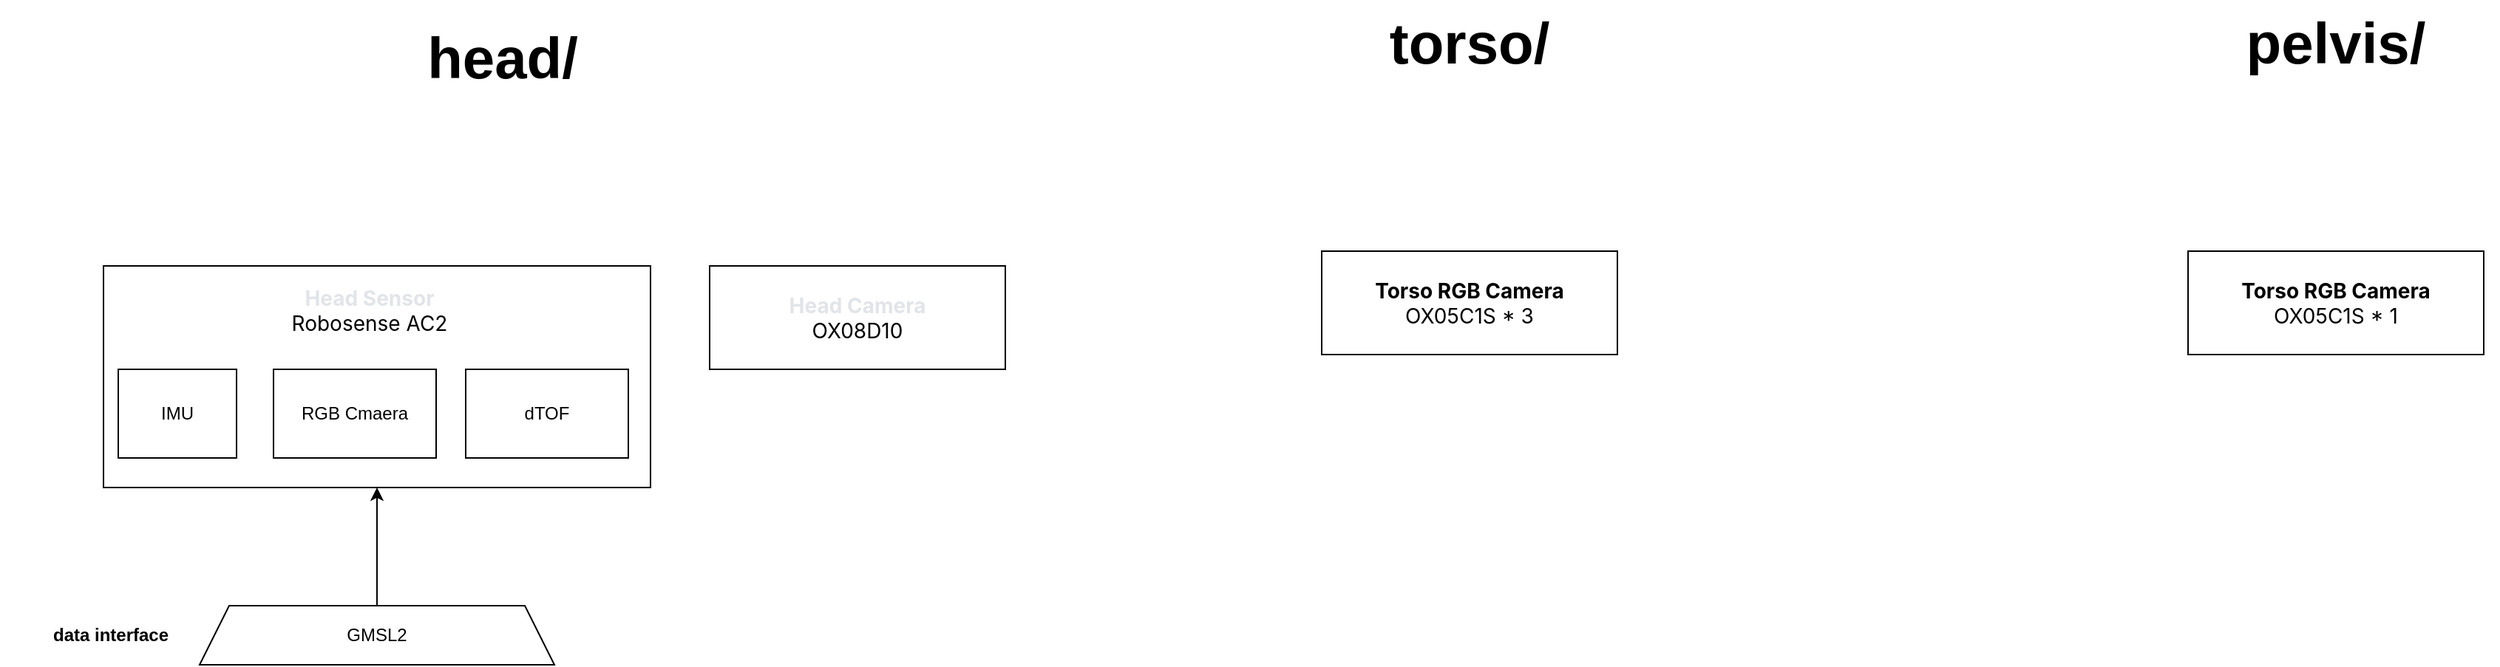
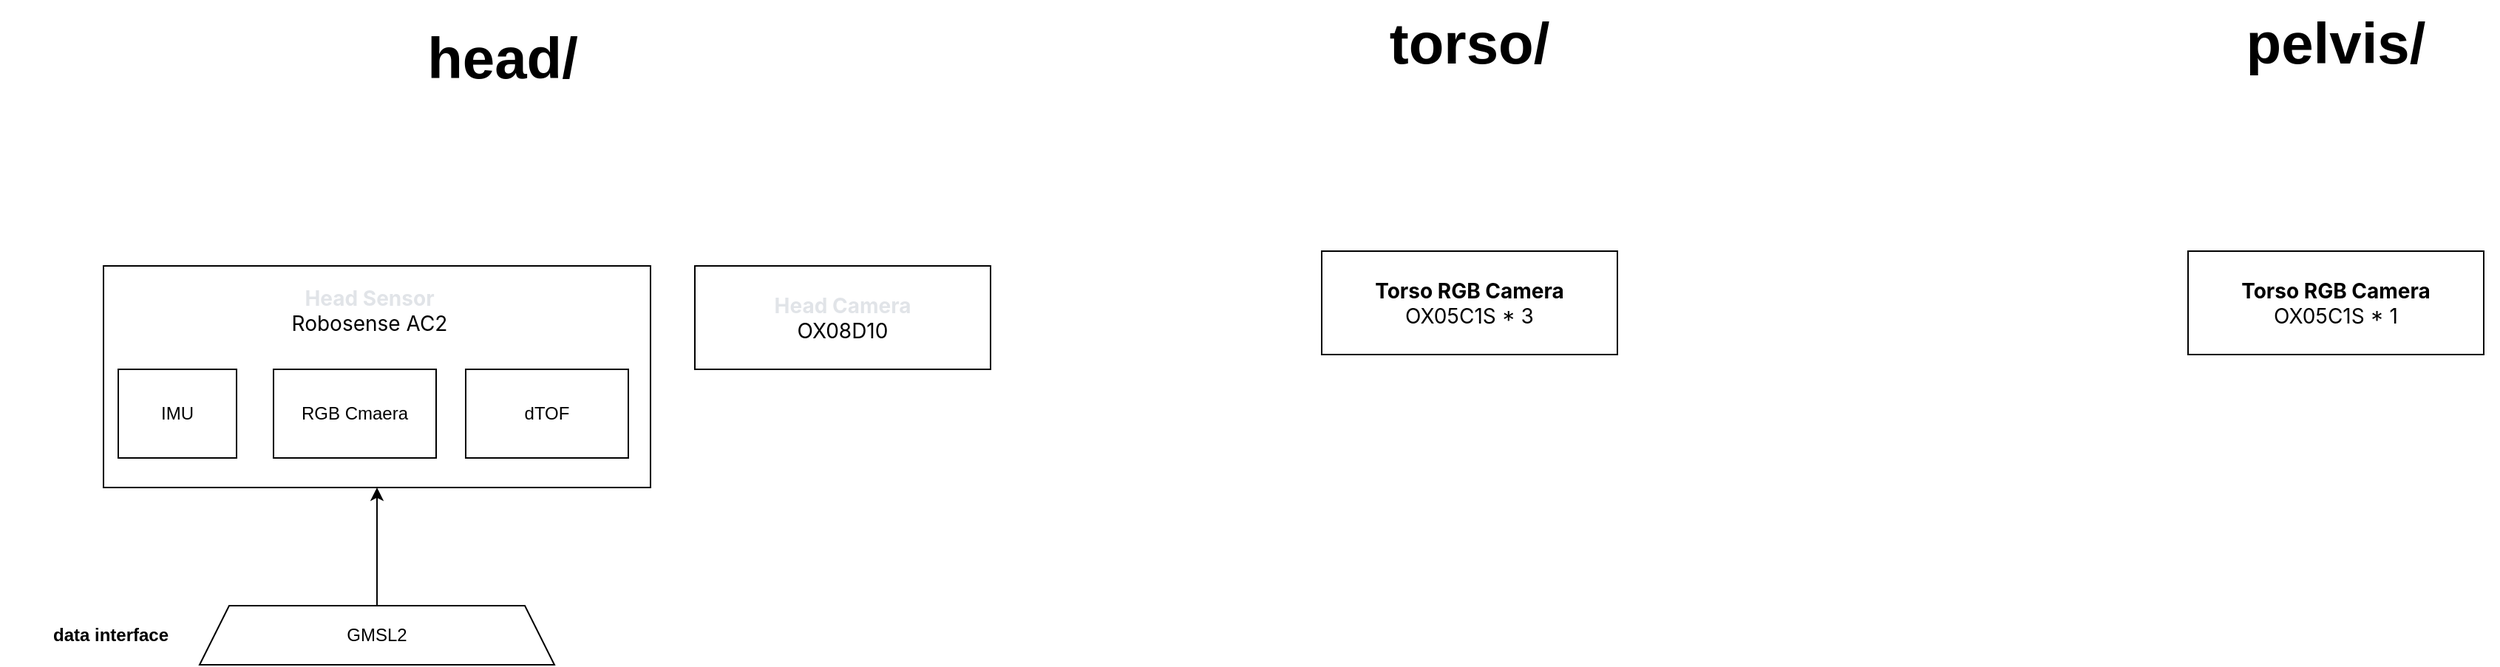
<mxfile host="app.diagrams.net">
  <diagram name="传感器整理" id="LXRXHt9DRMbfsnbOX2XS">
    <mxGraphModel dx="1947" dy="734" grid="1" gridSize="10" guides="1" tooltips="1" connect="1" arrows="1" fold="1" page="1" pageScale="1" pageWidth="827" pageHeight="1169" math="0" shadow="0">
      <root>
        <mxCell id="0" />
        <mxCell id="1" parent="0" />
        <mxCell id="if_Ictj8y_H9tt94Ulmm-2" parent="1" style="rounded=0;whiteSpace=wrap;html=1;" value="" vertex="1">
          <mxGeometry height="150" width="370" x="-610" y="210" as="geometry" />
        </mxCell>
        <mxCell id="if_Ictj8y_H9tt94Ulmm-3" parent="1" style="rounded=0;whiteSpace=wrap;html=1;align=center;" value="&lt;div style=&quot;&quot;&gt;&lt;span style=&quot;font-family: -apple-system, BlinkMacSystemFont, &amp;quot;Segoe WPC&amp;quot;, &amp;quot;Segoe UI&amp;quot;, system-ui, Ubuntu, &amp;quot;Droid Sans&amp;quot;, sans-serif; font-size: 14px;&quot;&gt;&lt;b&gt;Torso RGB Camera&lt;/b&gt;&lt;/span&gt;&lt;span style=&quot;background-color: transparent; color: light-dark(rgb(0, 0, 0), rgb(255, 255, 255)); font-size: 14px;&quot;&gt;&lt;font face=&quot;-apple-system, BlinkMacSystemFont, Segoe WPC, Segoe UI, system-ui, Ubuntu, Droid Sans, sans-serif&quot;&gt;&lt;/font&gt;&lt;/span&gt;&lt;/div&gt;&lt;div style=&quot;&quot;&gt;&lt;span style=&quot;background-color: transparent; color: light-dark(rgb(0, 0, 0), rgb(255, 255, 255)); font-size: 14px;&quot;&gt;&lt;font face=&quot;-apple-system, BlinkMacSystemFont, Segoe WPC, Segoe UI, system-ui, Ubuntu, Droid Sans, sans-serif&quot;&gt;OX05C1S * 3&lt;/font&gt;&lt;/span&gt;&lt;/div&gt;" vertex="1">
          <mxGeometry height="70" width="200" x="214" y="200" as="geometry" />
        </mxCell>
        <mxCell id="0J0jtPP8bCpQZUBdG7A1-1" parent="1" style="rounded=0;whiteSpace=wrap;html=1;" value="&lt;div&gt;&lt;span style=&quot;font-family: -apple-system, BlinkMacSystemFont, &amp;quot;Segoe WPC&amp;quot;, &amp;quot;Segoe UI&amp;quot;, system-ui, Ubuntu, &amp;quot;Droid Sans&amp;quot;, sans-serif; font-size: 14px; text-align: start;&quot;&gt;&lt;font style=&quot;color: light-dark(rgb(225, 228, 232), rgb(255, 255, 255));&quot;&gt;&lt;b&gt;Head Camera&lt;/b&gt;&lt;/font&gt;&lt;/span&gt;&lt;/div&gt;&lt;div&gt;&lt;span style=&quot;font-family: -apple-system, BlinkMacSystemFont, &amp;quot;Segoe WPC&amp;quot;, &amp;quot;Segoe UI&amp;quot;, system-ui, Ubuntu, &amp;quot;Droid Sans&amp;quot;, sans-serif; font-size: 14px; text-align: start;&quot;&gt;OX08D10&lt;/span&gt;&lt;/div&gt;" vertex="1">
-           <mxGeometry height="70" width="200" x="-200" y="210" as="geometry" />
+           <mxGeometry height="70" width="200" x="-210" y="210" as="geometry" />
        </mxCell>
        <mxCell id="0J0jtPP8bCpQZUBdG7A1-2" parent="1" style="rounded=0;whiteSpace=wrap;html=1;" value="IMU" vertex="1">
          <mxGeometry height="60" width="80" x="-600" y="280" as="geometry" />
        </mxCell>
        <mxCell id="0J0jtPP8bCpQZUBdG7A1-6" parent="1" style="rounded=0;whiteSpace=wrap;html=1;" value="RGB Cmaera" vertex="1">
          <mxGeometry height="60" width="110" x="-495" y="280" as="geometry" />
        </mxCell>
        <mxCell id="0J0jtPP8bCpQZUBdG7A1-8" parent="1" style="rounded=0;whiteSpace=wrap;html=1;" value="dTOF" vertex="1">
          <mxGeometry height="60" width="110" x="-365" y="280" as="geometry" />
        </mxCell>
        <mxCell id="0J0jtPP8bCpQZUBdG7A1-10" parent="1" style="text;html=1;whiteSpace=wrap;strokeColor=none;fillColor=none;align=center;verticalAlign=middle;rounded=0;" value="&lt;div&gt;&lt;span style=&quot;font-family: -apple-system, BlinkMacSystemFont, &amp;quot;Segoe WPC&amp;quot;, &amp;quot;Segoe UI&amp;quot;, system-ui, Ubuntu, &amp;quot;Droid Sans&amp;quot;, sans-serif; font-size: 14px; text-align: start;&quot;&gt;&lt;font style=&quot;color: light-dark(rgb(225, 228, 232), rgb(255, 255, 255));&quot;&gt;&lt;b&gt;Head Sensor&lt;/b&gt;&lt;/font&gt;&lt;/span&gt;&lt;/div&gt;&lt;div&gt;&lt;span style=&quot;font-family: -apple-system, BlinkMacSystemFont, &amp;quot;Segoe WPC&amp;quot;, &amp;quot;Segoe UI&amp;quot;, system-ui, Ubuntu, &amp;quot;Droid Sans&amp;quot;, sans-serif; font-size: 14px; text-align: start;&quot;&gt;Robosense AC2&lt;/span&gt;&lt;/div&gt;" vertex="1">
          <mxGeometry height="60" width="130" x="-495" y="210" as="geometry" />
        </mxCell>
        <mxCell id="0J0jtPP8bCpQZUBdG7A1-12" edge="1" parent="1" source="0J0jtPP8bCpQZUBdG7A1-11" style="edgeStyle=orthogonalEdgeStyle;rounded=0;orthogonalLoop=1;jettySize=auto;html=1;exitX=0.5;exitY=0;exitDx=0;exitDy=0;entryX=0.5;entryY=1;entryDx=0;entryDy=0;" target="if_Ictj8y_H9tt94Ulmm-2">
          <mxGeometry relative="1" as="geometry" />
        </mxCell>
        <mxCell id="0J0jtPP8bCpQZUBdG7A1-11" parent="1" style="shape=trapezoid;perimeter=trapezoidPerimeter;whiteSpace=wrap;html=1;fixedSize=1;" value="GMSL2" vertex="1">
          <mxGeometry height="40" width="240" x="-545" y="440" as="geometry" />
        </mxCell>
        <mxCell id="0J0jtPP8bCpQZUBdG7A1-13" parent="1" style="text;html=1;whiteSpace=wrap;strokeColor=none;fillColor=none;align=center;verticalAlign=middle;rounded=0;" value="&lt;b&gt;data interface&lt;/b&gt;" vertex="1">
          <mxGeometry height="40" width="150" x="-680" y="440" as="geometry" />
        </mxCell>
        <mxCell id="0J0jtPP8bCpQZUBdG7A1-14" parent="1" style="text;html=1;whiteSpace=wrap;strokeColor=none;fillColor=none;align=center;verticalAlign=middle;rounded=0;fontSize=39;" value="&lt;b&gt;head/&lt;/b&gt;" vertex="1">
          <mxGeometry height="60" width="220" x="-450" y="40" as="geometry" />
        </mxCell>
        <mxCell id="0J0jtPP8bCpQZUBdG7A1-16" parent="1" style="text;html=1;whiteSpace=wrap;strokeColor=none;fillColor=none;align=center;verticalAlign=middle;rounded=0;fontSize=39;" value="&lt;b&gt;torso/&lt;/b&gt;" vertex="1">
          <mxGeometry height="60" width="220" x="204" y="30" as="geometry" />
        </mxCell>
        <mxCell id="0J0jtPP8bCpQZUBdG7A1-17" parent="1" style="text;html=1;whiteSpace=wrap;strokeColor=none;fillColor=none;align=center;verticalAlign=middle;rounded=0;fontSize=39;" value="&lt;b&gt;pelvis/&lt;/b&gt;" vertex="1">
          <mxGeometry height="60" width="220" x="790" y="30" as="geometry" />
        </mxCell>
        <mxCell id="0J0jtPP8bCpQZUBdG7A1-18" parent="1" style="rounded=0;whiteSpace=wrap;html=1;align=center;" value="&lt;div style=&quot;&quot;&gt;&lt;span style=&quot;font-family: -apple-system, BlinkMacSystemFont, &amp;quot;Segoe WPC&amp;quot;, &amp;quot;Segoe UI&amp;quot;, system-ui, Ubuntu, &amp;quot;Droid Sans&amp;quot;, sans-serif; font-size: 14px;&quot;&gt;&lt;b&gt;Torso RGB Camera&lt;/b&gt;&lt;/span&gt;&lt;span style=&quot;background-color: transparent; color: light-dark(rgb(0, 0, 0), rgb(255, 255, 255)); font-size: 14px;&quot;&gt;&lt;font face=&quot;-apple-system, BlinkMacSystemFont, Segoe WPC, Segoe UI, system-ui, Ubuntu, Droid Sans, sans-serif&quot;&gt;&lt;/font&gt;&lt;/span&gt;&lt;/div&gt;&lt;div style=&quot;&quot;&gt;&lt;span style=&quot;background-color: transparent; color: light-dark(rgb(0, 0, 0), rgb(255, 255, 255)); font-size: 14px;&quot;&gt;&lt;font face=&quot;-apple-system, BlinkMacSystemFont, Segoe WPC, Segoe UI, system-ui, Ubuntu, Droid Sans, sans-serif&quot;&gt;OX05C1S * 1&lt;/font&gt;&lt;/span&gt;&lt;/div&gt;" vertex="1">
          <mxGeometry height="70" width="200" x="800" y="200" as="geometry" />
        </mxCell>
      </root>
    </mxGraphModel>
  </diagram>
</mxfile>
